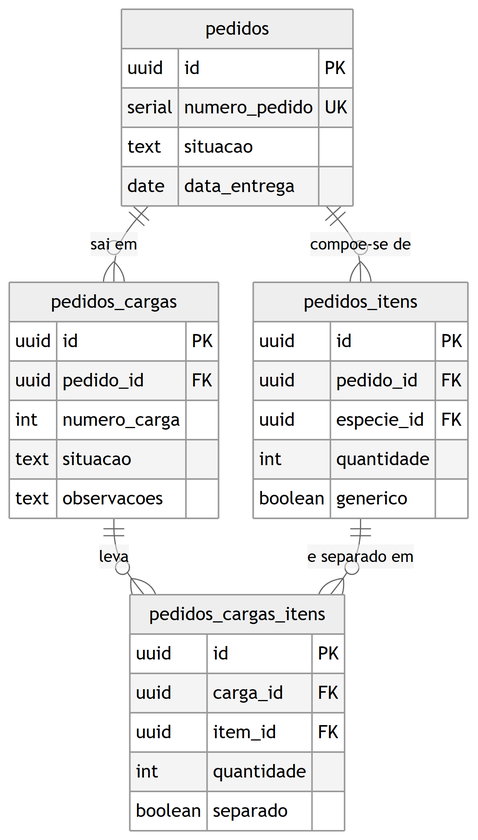
Above: docs/engenharia/modelo-dados-pt/img/fig18-comercial-carga.png in JoaoMudar/tcc (Mermaid), before the change. Its source is kept beside it as docs/engenharia/modelo-dados-pt/mmd/fig18-comercial-carga.mmd.
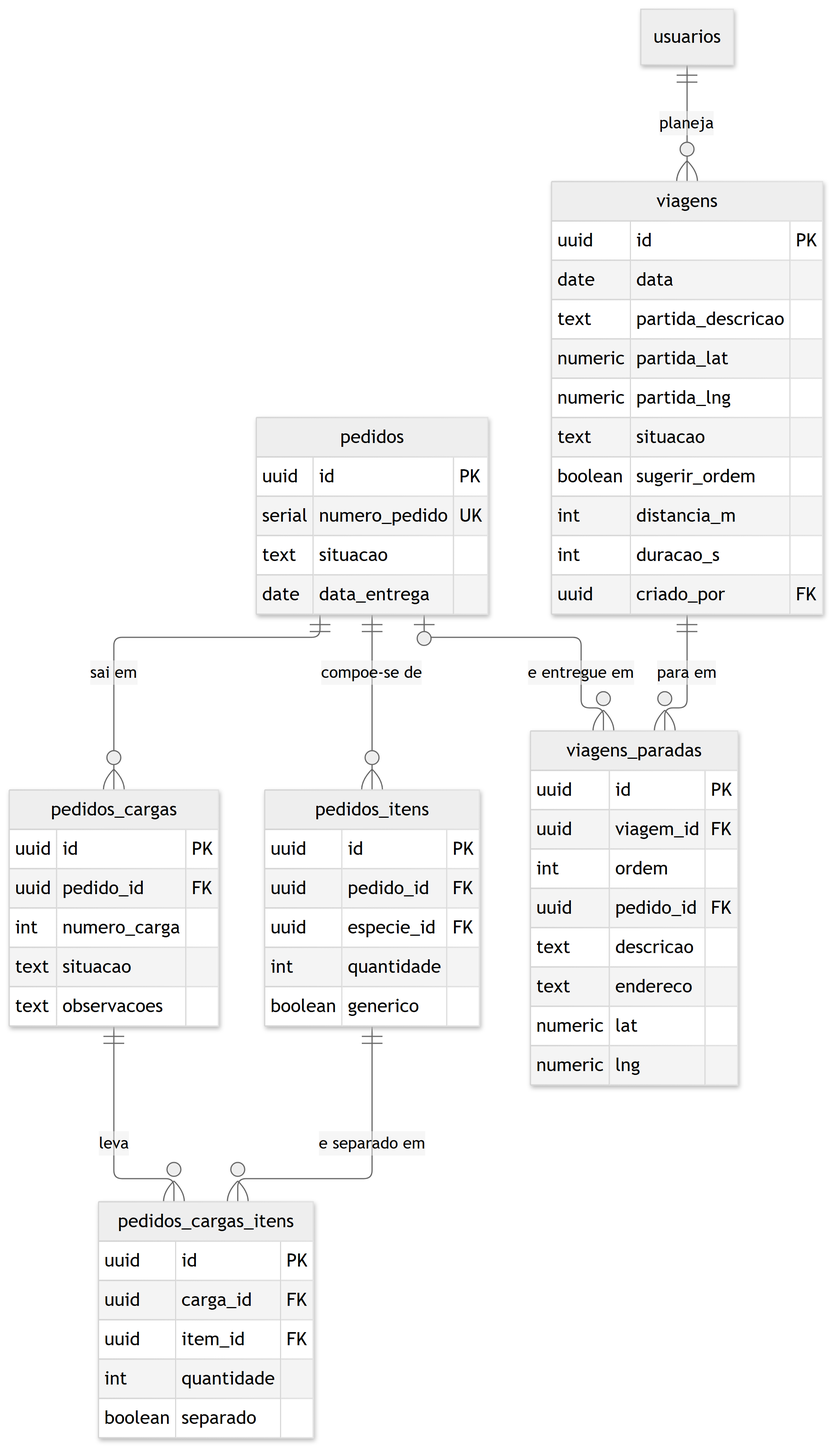
Later version of the same file.

What changed in the source:
```diff
@@ -26,8 +26,34 @@
     int     quantidade
     boolean separado
   }
+  viagens {
+    uuid    id PK
+    date    data
+    text    partida_descricao
+    numeric partida_lat
+    numeric partida_lng
+    text    situacao
+    boolean sugerir_ordem
+    int     distancia_m
+    int     duracao_s
+    uuid    criado_por FK
+  }
+  viagens_paradas {
+    uuid    id PK
+    uuid    viagem_id FK
+    int     ordem
+    uuid    pedido_id FK
+    text    descricao
+    text    endereco
+    numeric lat
+    numeric lng
+  }
+  usuarios {}
 
   pedidos ||--o{ pedidos_cargas : "sai em"
   pedidos_cargas ||--o{ pedidos_cargas_itens : "leva"
   pedidos_itens ||--o{ pedidos_cargas_itens : "e separado em"
   pedidos ||--o{ pedidos_itens : "compoe-se de"
+  viagens ||--o{ viagens_paradas : "para em"
+  pedidos |o--o{ viagens_paradas : "e entregue em"
+  usuarios ||--o{ viagens : "planeja"
```
